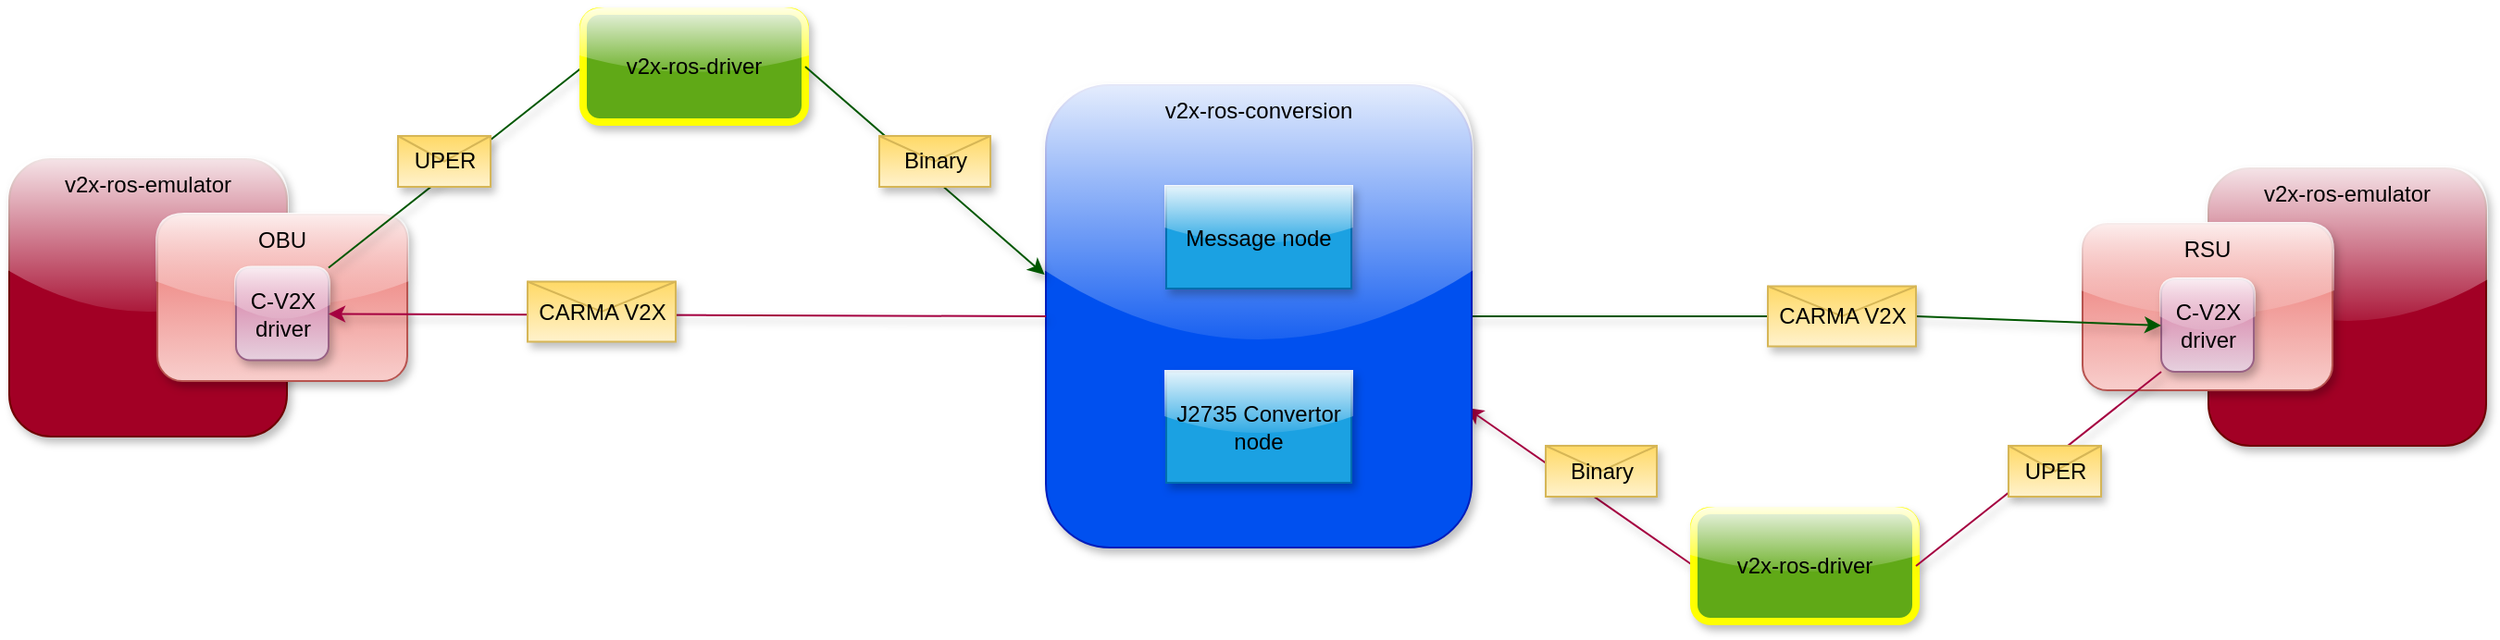
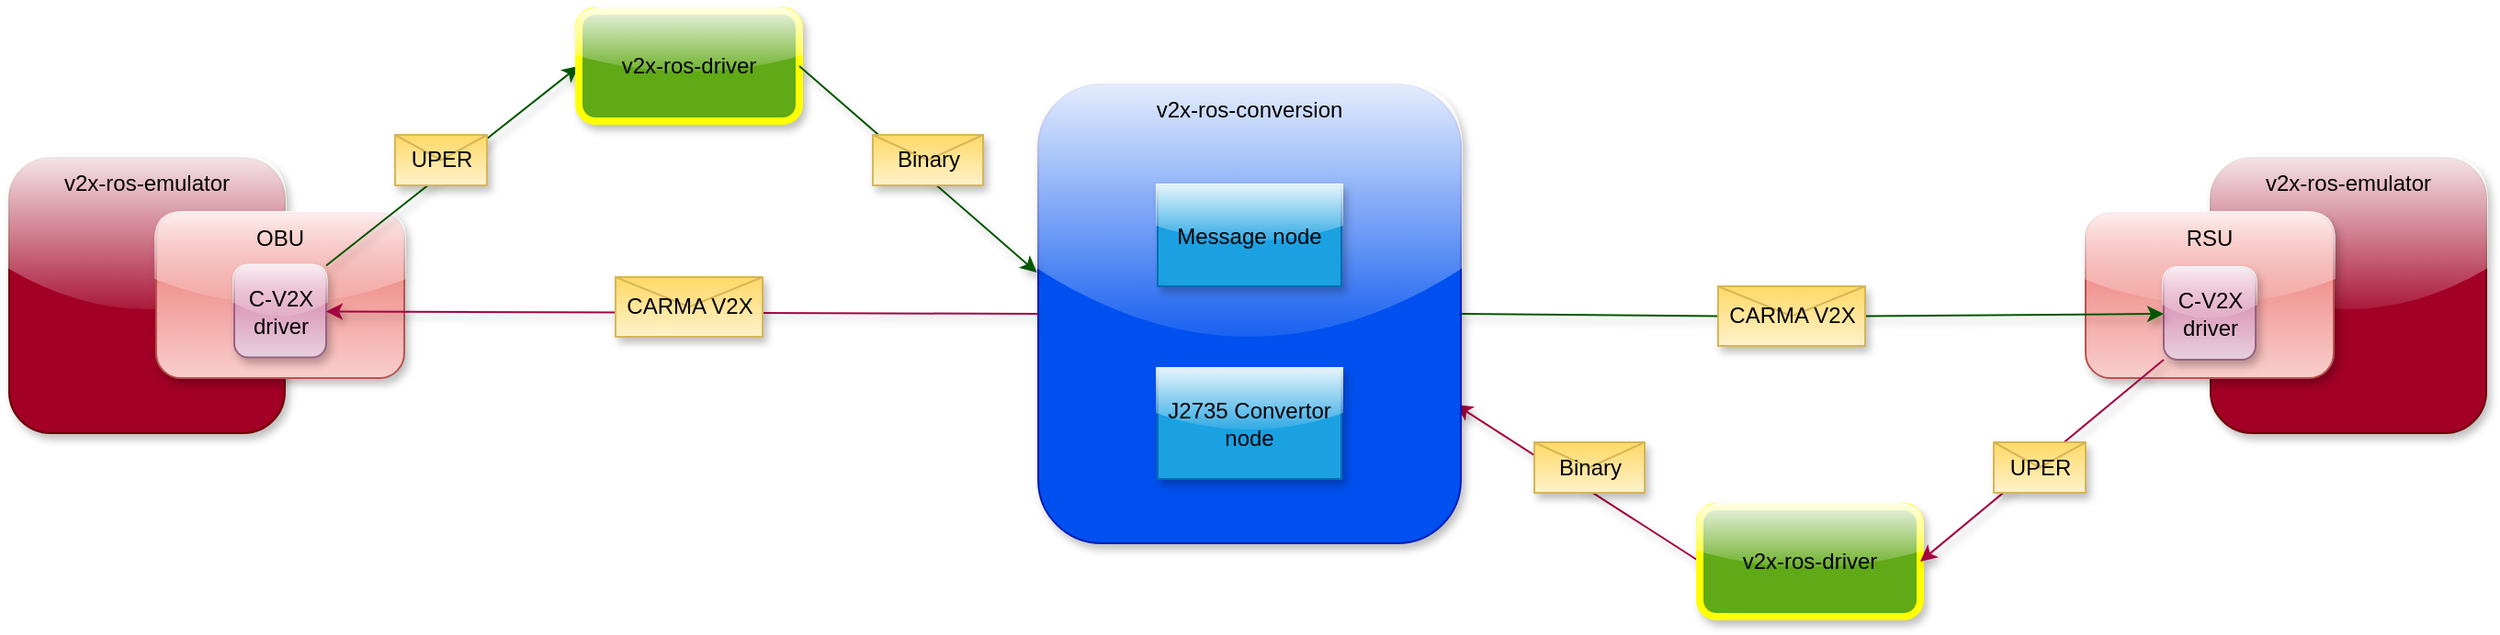
<mxfile host="65bd71144e">
    <diagram id="CvU8lXoaXEt6ULSCUPQu" name="Page-1">
-         <mxGraphModel dx="2040" dy="475" grid="1" gridSize="10" guides="1" tooltips="1" connect="1" arrows="1" fold="1" page="1" pageScale="1" pageWidth="850" pageHeight="1100" math="0" shadow="0">
+         <mxGraphModel dx="2716" dy="723" grid="1" gridSize="10" guides="1" tooltips="1" connect="1" arrows="1" fold="1" page="1" pageScale="1" pageWidth="850" pageHeight="1100" math="0" shadow="0">
            <root>
                <mxCell id="0"/>
                <mxCell id="1" parent="0"/>
                <mxCell id="61" value="v2x-ros-emulator" style="rounded=1;whiteSpace=wrap;html=1;fillColor=#a20025;strokeColor=#6F0000;glass=1;shadow=1;gradientDirection=north;verticalAlign=top;fontColor=#000000;" parent="1" vertex="1">
-                     <mxGeometry x="218" y="475" width="150" height="150" as="geometry"/>
+                     <mxGeometry x="228" y="470" width="150" height="150" as="geometry"/>
                </mxCell>
                <mxCell id="60" value="v2x-ros-emulator" style="rounded=1;whiteSpace=wrap;html=1;fillColor=#a20025;strokeColor=#6F0000;glass=1;shadow=1;gradientDirection=north;verticalAlign=top;fontColor=#000000;" parent="1" vertex="1">
                    <mxGeometry x="-970" y="470" width="150" height="150" as="geometry"/>
                </mxCell>
                <mxCell id="66" style="edgeStyle=none;html=1;exitX=0;exitY=0.5;exitDx=0;exitDy=0;fillColor=#d80073;strokeColor=#A50040;entryX=0.988;entryY=0.698;entryDx=0;entryDy=0;entryPerimeter=0;flowAnimation=0;shadow=1;" parent="1" source="2" target="4" edge="1">
                    <mxGeometry relative="1" as="geometry"/>
                </mxCell>
                <mxCell id="2" value="v2x-ros-driver" style="rounded=1;whiteSpace=wrap;html=1;fillColor=#60a917;strokeColor=#FFFF00;glass=1;shadow=1;gradientDirection=north;fontColor=#000000;strokeWidth=4;" parent="1" vertex="1">
-                     <mxGeometry x="-60" y="660" width="120" height="60" as="geometry"/>
+                     <mxGeometry x="-50" y="660" width="120" height="60" as="geometry"/>
                </mxCell>
                <mxCell id="76" style="edgeStyle=none;html=1;exitX=1;exitY=0.5;exitDx=0;exitDy=0;entryX=0;entryY=0.5;entryDx=0;entryDy=0;endArrow=none;endFill=0;fillColor=#008a00;strokeColor=#005700;flowAnimation=0;shadow=1;" parent="1" source="4" target="75" edge="1">
                    <mxGeometry relative="1" as="geometry"/>
                </mxCell>
                <mxCell id="4" value="v2x-ros-conversion" style="rounded=1;whiteSpace=wrap;html=1;fillColor=#0050ef;strokeColor=#001DBC;glass=1;shadow=1;gradientDirection=north;horizontal=1;fontSize=12;verticalAlign=top;fontColor=#000000;" parent="1" vertex="1">
                    <mxGeometry x="-410" y="430" width="230" height="250" as="geometry"/>
                </mxCell>
                <mxCell id="8" value="Message node" style="rounded=0;whiteSpace=wrap;html=1;shadow=1;glass=1;strokeColor=#006EAF;align=center;verticalAlign=middle;fontFamily=Helvetica;fontSize=12;fillColor=#1ba1e2;gradientDirection=north;fontColor=#000000;" parent="1" vertex="1">
                    <mxGeometry x="-345" y="485" width="100" height="55" as="geometry"/>
                </mxCell>
                <mxCell id="13" value="J2735 Convertor node" style="rounded=0;whiteSpace=wrap;html=1;shadow=1;glass=1;strokeColor=#006EAF;align=center;verticalAlign=middle;fontFamily=Helvetica;fontSize=12;fillColor=#1ba1e2;gradientDirection=north;fontColor=#000000;" parent="1" vertex="1">
                    <mxGeometry x="-345" y="585" width="100" height="60" as="geometry"/>
                </mxCell>
                <mxCell id="19" value="OBU" style="rounded=1;whiteSpace=wrap;html=1;shadow=1;glass=1;strokeColor=#b85450;align=center;verticalAlign=top;fontFamily=Helvetica;fontSize=12;fillColor=#f8cecc;gradientColor=#ea6b66;gradientDirection=north;" parent="1" vertex="1">
                    <mxGeometry x="-890" y="500" width="135" height="90" as="geometry"/>
                </mxCell>
                <mxCell id="20" value="RSU" style="rounded=1;whiteSpace=wrap;html=1;shadow=1;glass=1;strokeColor=#b85450;align=center;verticalAlign=top;fontFamily=Helvetica;fontSize=12;fillColor=#f8cecc;gradientColor=#ea6b66;gradientDirection=north;" parent="1" vertex="1">
-                     <mxGeometry x="150" y="505" width="135" height="90" as="geometry"/>
+                     <mxGeometry x="160" y="500" width="135" height="90" as="geometry"/>
                </mxCell>
                <mxCell id="22" value="C-V2X driver&lt;span style=&quot;font-family: monospace; font-size: 0px; text-align: start; text-wrap-mode: nowrap;&quot;&gt;%3CmxGraphModel%3E%3Croot%3E%3CmxCell%20id%3D%220%22%2F%3E%3CmxCell%20id%3D%221%22%20parent%3D%220%22%2F%3E%3CmxCell%20id%3D%222%22%20value%3D%22OBU%22%20style%3D%22rounded%3D1%3BwhiteSpace%3Dwrap%3Bhtml%3D1%3Bshadow%3D1%3Bglass%3D1%3BstrokeColor%3D%23b85450%3Balign%3Dcenter%3BverticalAlign%3Dmiddle%3BfontFamily%3DHelvetica%3BfontSize%3D12%3BfillColor%3D%23f8cecc%3BgradientColor%3D%23ea6b66%3BgradientDirection%3Dnorth%3B%22%20vertex%3D%221%22%20parent%3D%221%22%3E%3CmxGeometry%20x%3D%22675%22%20y%3D%22270%22%20width%3D%22120%22%20height%3D%2260%22%20as%3D%22geometry%22%2F%3E%3C%2FmxCell%3E%3C%2Froot%3E%3C%2FmxGraphModel%3E&lt;/span&gt;" style="whiteSpace=wrap;html=1;aspect=fixed;rounded=1;shadow=1;glass=1;strokeColor=#996185;align=center;verticalAlign=middle;fontFamily=Helvetica;fontSize=12;fillColor=#e6d0de;gradientColor=#d5739d;gradientDirection=north;" parent="1" vertex="1">
-                     <mxGeometry x="192.5" y="535" width="50" height="50" as="geometry"/>
+                     <mxGeometry x="202.5" y="530" width="50" height="50" as="geometry"/>
                </mxCell>
-                 <mxCell id="70" style="edgeStyle=none;html=1;exitX=1;exitY=0;exitDx=0;exitDy=0;entryX=0;entryY=0.5;entryDx=0;entryDy=0;fillColor=#008a00;strokeColor=#005700;shadow=1;flowAnimation=0;endArrow=none;endFill=0;" parent="1" source="23" target="69" edge="1">
+                 <mxCell id="70" style="edgeStyle=none;html=1;exitX=1;exitY=0;exitDx=0;exitDy=0;entryX=0;entryY=0.5;entryDx=0;entryDy=0;fillColor=#008a00;strokeColor=#005700;shadow=1;flowAnimation=0;endArrow=classic;endFill=1;" parent="1" source="23" target="69" edge="1">
                    <mxGeometry relative="1" as="geometry"/>
                </mxCell>
                <mxCell id="23" value="C-V2X driver&lt;span style=&quot;font-family: monospace; font-size: 0px; text-align: start; text-wrap-mode: nowrap;&quot;&gt;%3CmxGraphModel%3E%3Croot%3E%3CmxCell%20id%3D%220%22%2F%3E%3CmxCell%20id%3D%221%22%20parent%3D%220%22%2F%3E%3CmxCell%20id%3D%222%22%20value%3D%22OBU%22%20style%3D%22rounded%3D1%3BwhiteSpace%3Dwrap%3Bhtml%3D1%3Bshadow%3D1%3Bglass%3D1%3BstrokeColor%3D%23b85450%3Balign%3Dcenter%3BverticalAlign%3Dmiddle%3BfontFamily%3DHelvetica%3BfontSize%3D12%3BfillColor%3D%23f8cecc%3BgradientColor%3D%23ea6b66%3BgradientDirection%3Dnorth%3B%22%20vertex%3D%221%22%20parent%3D%221%22%3E%3CmxGeometry%20x%3D%22675%22%20y%3D%22270%22%20width%3D%22120%22%20height%3D%2260%22%20as%3D%22geometry%22%2F%3E%3C%2FmxCell%3E%3C%2Froot%3E%3C%2FmxGraphModel%3E&lt;/span&gt;" style="whiteSpace=wrap;html=1;aspect=fixed;rounded=1;shadow=1;glass=1;strokeColor=#996185;align=center;verticalAlign=middle;fontFamily=Helvetica;fontSize=12;fillColor=#e6d0de;gradientColor=#d5739d;gradientDirection=north;" parent="1" vertex="1">
                    <mxGeometry x="-847.5" y="528.75" width="50" height="50" as="geometry"/>
                </mxCell>
                <mxCell id="68" value="Binary" style="shape=message;html=1;outlineConnect=0;rounded=1;shadow=1;glass=1;strokeColor=#d6b656;align=center;verticalAlign=middle;fontFamily=Helvetica;fontSize=12;fillColor=#fff2cc;gradientColor=#ffd966;gradientDirection=north;" parent="1" vertex="1">
                    <mxGeometry x="-140" y="625" width="60" height="27.5" as="geometry"/>
                </mxCell>
                <mxCell id="63" style="edgeStyle=none;html=1;exitX=0;exitY=0.5;exitDx=0;exitDy=0;entryX=1;entryY=0.5;entryDx=0;entryDy=0;fillColor=#d80073;strokeColor=#A50040;flowAnimation=0;shadow=1;" parent="1" source="4" target="23" edge="1">
                    <mxGeometry relative="1" as="geometry"/>
                </mxCell>
                <mxCell id="55" value="CARMA V2X" style="shape=message;html=1;outlineConnect=0;rounded=1;shadow=1;glass=1;strokeColor=#d6b656;align=center;verticalAlign=middle;fontFamily=Helvetica;fontSize=12;fillColor=#fff2cc;gradientColor=#ffd966;gradientDirection=north;" parent="1" vertex="1">
-                     <mxGeometry x="-690" y="536.25" width="80" height="32.5" as="geometry"/>
+                     <mxGeometry x="-640" y="535" width="80" height="32.5" as="geometry"/>
                </mxCell>
                <mxCell id="69" value="v2x-ros-driver" style="rounded=1;whiteSpace=wrap;html=1;glass=1;shadow=1;gradientDirection=north;fillColor=#60a917;strokeColor=#FFFF00;fontColor=#000000;strokeWidth=4;" parent="1" vertex="1">
                    <mxGeometry x="-660" y="390" width="120" height="60" as="geometry"/>
                </mxCell>
                <mxCell id="71" style="edgeStyle=none;html=1;exitX=1;exitY=0.5;exitDx=0;exitDy=0;entryX=-0.003;entryY=0.41;entryDx=0;entryDy=0;entryPerimeter=0;fillColor=#008a00;strokeColor=#005700;shadow=1;flowAnimation=0;" parent="1" source="69" target="4" edge="1">
                    <mxGeometry relative="1" as="geometry"/>
                </mxCell>
                <mxCell id="72" value="Binary" style="shape=message;html=1;outlineConnect=0;rounded=1;shadow=1;glass=1;strokeColor=#d6b656;align=center;verticalAlign=middle;fontFamily=Helvetica;fontSize=12;fillColor=#fff2cc;gradientColor=#ffd966;gradientDirection=north;" parent="1" vertex="1">
                    <mxGeometry x="-500" y="457.5" width="60" height="27.5" as="geometry"/>
                </mxCell>
                <mxCell id="74" value="UPER" style="shape=message;html=1;outlineConnect=0;rounded=1;shadow=1;glass=1;strokeColor=#d6b656;align=center;verticalAlign=middle;fontFamily=Helvetica;fontSize=12;fillColor=#fff2cc;gradientColor=#ffd966;gradientDirection=north;" parent="1" vertex="1">
                    <mxGeometry x="-760" y="457.5" width="50" height="27.5" as="geometry"/>
                </mxCell>
                <mxCell id="77" style="edgeStyle=none;html=1;exitX=1;exitY=0.5;exitDx=0;exitDy=0;entryX=0;entryY=0.5;entryDx=0;entryDy=0;fillColor=#008a00;strokeColor=#005700;flowAnimation=0;shadow=1;" parent="1" source="75" target="22" edge="1">
                    <mxGeometry relative="1" as="geometry"/>
                </mxCell>
                <mxCell id="75" value="CARMA V2X" style="shape=message;html=1;outlineConnect=0;rounded=1;shadow=1;glass=1;strokeColor=#d6b656;align=center;verticalAlign=middle;fontFamily=Helvetica;fontSize=12;fillColor=#fff2cc;gradientColor=#ffd966;gradientDirection=north;" parent="1" vertex="1">
-                     <mxGeometry x="-20" y="538.75" width="80" height="32.5" as="geometry"/>
+                     <mxGeometry x="-40" y="540" width="80" height="32.5" as="geometry"/>
                </mxCell>
-                 <mxCell id="65" style="edgeStyle=none;html=1;exitX=0;exitY=1;exitDx=0;exitDy=0;entryX=1;entryY=0.5;entryDx=0;entryDy=0;fillColor=#d80073;strokeColor=#A50040;startArrow=none;startFill=0;endArrow=none;endFill=0;shadow=1;flowAnimation=0;" parent="1" source="22" target="2" edge="1">
+                 <mxCell id="65" style="edgeStyle=none;html=1;exitX=0;exitY=1;exitDx=0;exitDy=0;entryX=1;entryY=0.5;entryDx=0;entryDy=0;fillColor=#d80073;strokeColor=#A50040;startArrow=none;startFill=0;endArrow=classic;endFill=1;shadow=1;flowAnimation=0;" parent="1" source="22" target="2" edge="1">
                    <mxGeometry relative="1" as="geometry"/>
                </mxCell>
                <mxCell id="67" value="UPER" style="shape=message;html=1;outlineConnect=0;rounded=1;shadow=1;glass=1;strokeColor=#d6b656;align=center;verticalAlign=middle;fontFamily=Helvetica;fontSize=12;fillColor=#fff2cc;gradientColor=#ffd966;gradientDirection=north;" parent="1" vertex="1">
                    <mxGeometry x="110" y="625" width="50" height="27.5" as="geometry"/>
                </mxCell>
            </root>
        </mxGraphModel>
    </diagram>
</mxfile>